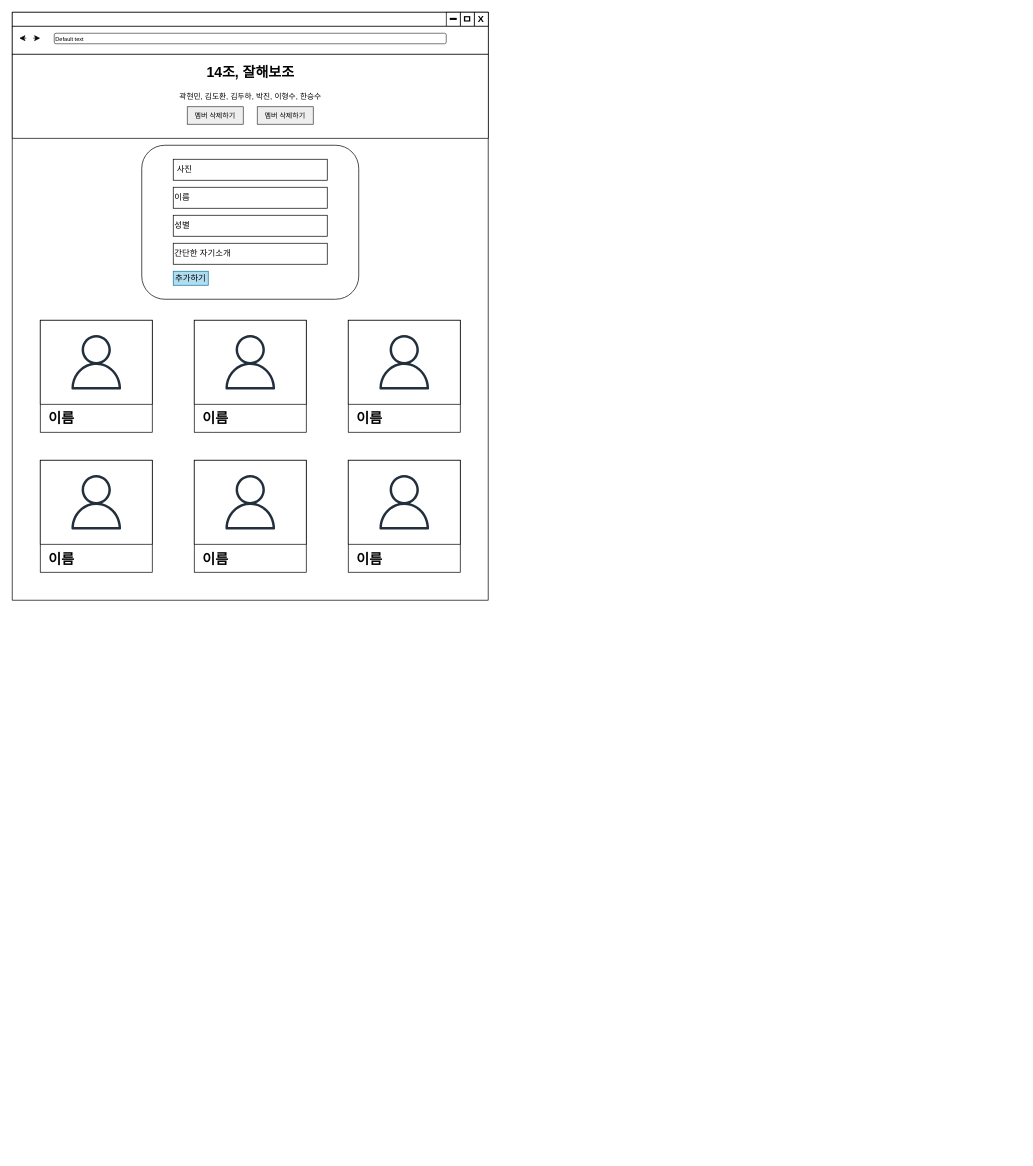
Before: 팀 자기소개 페이지 와이어프레임.drawio in Hyunmin-Kwak-hub/spartagit, a draw.io diagram. Source tidied: cells renumbered, new cells numbered last; positions are measured from the earlier drawing's top-left corner, leaving out a move shared by most shapes. Both pictures are drawn from the tidied source at 70%, with x=0, y=0 at pixel (12, 12). Pictures stored in the file or linked from it are replaced by grey dashed boxes.
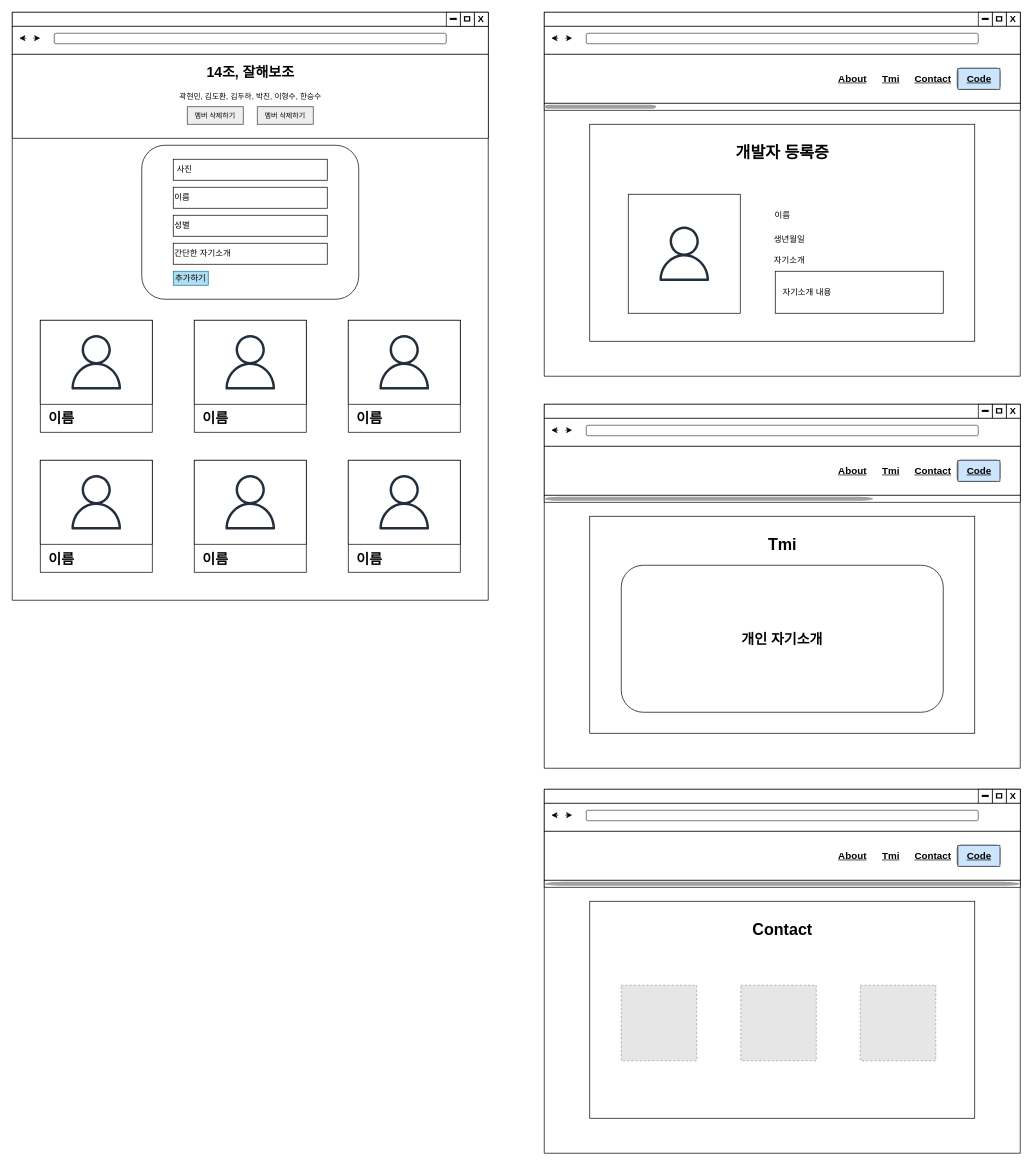
After the change.

Commit message (it also covers changes not shown here):
팀 자기소개 페이지 와이어프레임.drawio 업데이트

Diff of the diagram source:
```diff
@@
-    <mxCell id="2" style="swimlane;startSize=0;" parent="1" vertex="1">
+    <mxCell id="2" style="swimlane;startSize=0;gradientColor=none;swimlaneFillColor=default;" parent="1" vertex="1">
       <mxGeometry width="680" height="840" as="geometry" />
     </mxCell>
@@
+    <mxCell id="8" style="rounded=0;whiteSpace=wrap;html=1;" parent="2" vertex="1">
+      <mxGeometry y="20" width="680" height="40" as="geometry" />
+    </mxCell>
+    <mxCell id="12" style="rounded=0;whiteSpace=wrap;html=1;" parent="2" vertex="1">
+      <mxGeometry y="60" width="680" height="120" as="geometry" />
+    </mxCell>
@@
-    <mxCell id="8" style="rounded=0;whiteSpace=wrap;html=1;" parent="2" vertex="1">
-      <mxGeometry y="20" width="680" height="40" as="geometry" />
-    </mxCell>
-    <mxCell id="9" value="Default text" style="strokeWidth=1;html=1;shadow=0;dashed=0;shape=mxgraph.ios.iTextInput;strokeColor=#444444;buttonText=;fontSize=8;whiteSpace=wrap;align=left;" parent="2" vertex="1">
+    <mxCell id="9" style="strokeWidth=1;html=1;shadow=0;dashed=0;shape=mxgraph.ios.iTextInput;strokeColor=#444444;buttonText=;fontSize=8;whiteSpace=wrap;align=left;" parent="2" vertex="1">
       <mxGeometry x="60" y="30" width="560" height="15" as="geometry" />
     </mxCell>
@@
-    <mxCell id="12" style="rounded=0;whiteSpace=wrap;html=1;" parent="2" vertex="1">
-      <mxGeometry y="60" width="680" height="120" as="geometry" />
-    </mxCell>
@@
+    <mxCell id="47" style="swimlane;startSize=0;swimlaneFillColor=default;" parent="1" vertex="1">
+      <mxGeometry x="760" width="680" height="520" as="geometry" />
+    </mxCell>
+    <mxCell id="48" style="rounded=0;whiteSpace=wrap;html=1;" parent="47" vertex="1">
+      <mxGeometry width="680" height="20" as="geometry" />
+    </mxCell>
+    <mxCell id="49" value="&lt;b&gt;&lt;font style=&quot;font-size: 13px;&quot;&gt;X&lt;/font&gt;&lt;/b&gt;" style="whiteSpace=wrap;html=1;" parent="47" vertex="1">
+      <mxGeometry x="660" width="20" height="20" as="geometry" />
+    </mxCell>
+    <mxCell id="50" value="&lt;b&gt;&lt;font style=&quot;font-size: 15px;&quot;&gt;ㅁ&lt;/font&gt;&lt;/b&gt;" style="whiteSpace=wrap;html=1;strokeWidth=1;" parent="47" vertex="1">
+      <mxGeometry x="640" width="20" height="20" as="geometry" />
+    </mxCell>
+    <mxCell id="51" style="whiteSpace=wrap;html=1;" parent="47" vertex="1">
+      <mxGeometry x="620" width="20" height="20" as="geometry" />
+    </mxCell>
+    <mxCell id="52" style="endArrow=none;html=1;rounded=0;strokeWidth=3;" parent="47" edge="1">
+      <mxGeometry relative="1" as="geometry">
+        <mxPoint x="625" y="9.5" as="sourcePoint" />
+        <mxPoint x="635" y="9.5" as="targetPoint" />
+      </mxGeometry>
+    </mxCell>
+    <mxCell id="53" style="rounded=0;whiteSpace=wrap;html=1;" parent="47" vertex="1">
+      <mxGeometry y="20" width="680" height="40" as="geometry" />
+    </mxCell>
+    <mxCell id="54" style="strokeWidth=1;html=1;shadow=0;dashed=0;shape=mxgraph.ios.iTextInput;strokeColor=#444444;buttonText=;fontSize=8;whiteSpace=wrap;align=left;" parent="47" vertex="1">
+      <mxGeometry x="60" y="30" width="560" height="15" as="geometry" />
+    </mxCell>
+    <mxCell id="55" style="endArrow=classic;html=1;rounded=0;" parent="47" edge="1">
+      <mxGeometry relative="1" as="geometry">
+        <mxPoint x="20" y="37" as="sourcePoint" />
+        <mxPoint x="10" y="37" as="targetPoint" />
+      </mxGeometry>
+    </mxCell>
+    <mxCell id="56" style="endArrow=classic;html=1;rounded=0;" parent="47" edge="1">
+      <mxGeometry relative="1" as="geometry">
+        <mxPoint x="30" y="37" as="sourcePoint" />
+        <mxPoint x="40" y="37" as="targetPoint" />
+      </mxGeometry>
+    </mxCell>
+    <mxCell id="57" style="rounded=0;whiteSpace=wrap;html=1;" parent="47" vertex="1">
+      <mxGeometry y="60" width="680" height="70" as="geometry" />
+    </mxCell>
+    <mxCell id="58" value="About" style="text;html=1;align=center;verticalAlign=middle;strokeColor=none;fillColor=none;fontStyle=5;fontSize=14;" parent="47" vertex="1">
+      <mxGeometry x="410" y="80" width="60" height="30" as="geometry" />
+    </mxCell>
+    <mxCell id="59" value="Tmi" style="text;html=1;align=center;verticalAlign=middle;strokeColor=none;fillColor=none;fontStyle=5;fontSize=14;" parent="47" vertex="1">
+      <mxGeometry x="470" y="80" width="50" height="30" as="geometry" />
+    </mxCell>
+    <mxCell id="60" value="Contact" style="text;html=1;align=center;verticalAlign=middle;strokeColor=none;fillColor=none;fontStyle=5;fontSize=14;" parent="47" vertex="1">
+      <mxGeometry x="520" y="80" width="70" height="30" as="geometry" />
+    </mxCell>
+    <mxCell id="61" style="rounded=1;whiteSpace=wrap;html=1;" parent="47" vertex="1">
+      <mxGeometry x="590" y="80" width="61" height="30" as="geometry" />
+    </mxCell>
+    <mxCell id="62" value="Code" style="text;html=1;align=center;verticalAlign=middle;strokeColor=#36393d;fillColor=#cce5ff;fontStyle=5;fontSize=14;" parent="47" vertex="1">
+      <mxGeometry x="591" y="80" width="60" height="30" as="geometry" />
+    </mxCell>
+    <mxCell id="63" style="rounded=0;whiteSpace=wrap;html=1;" parent="47" vertex="1">
+      <mxGeometry y="130" width="680" height="10" as="geometry" />
+    </mxCell>
+    <mxCell id="64" style="html=1;verticalLabelPosition=bottom;labelBackgroundColor=#ffffff;verticalAlign=top;shadow=0;dashed=0;strokeWidth=2;shape=mxgraph.ios7.misc.scroll_(horizontal);fillColor=#a0a0a0;" parent="47" vertex="1">
+      <mxGeometry y="132" width="160" height="6" as="geometry" />
+    </mxCell>
+    <mxCell id="65" style="rounded=0;whiteSpace=wrap;html=1;" parent="47" vertex="1">
+      <mxGeometry x="65" y="160" width="550" height="310" as="geometry" />
+    </mxCell>
+    <mxCell id="66" value="개발자 등록증" style="text;html=1;align=center;verticalAlign=middle;strokeColor=none;fillColor=none;fontStyle=1;fontSize=23;" parent="47" vertex="1">
+      <mxGeometry x="260" y="180" width="160" height="40" as="geometry" />
+    </mxCell>
+    <mxCell id="67" style="rounded=0;whiteSpace=wrap;html=1;" parent="47" vertex="1">
+      <mxGeometry x="120" y="260" width="160" height="170" as="geometry" />
+    </mxCell>
+    <mxCell id="68" style="sketch=0;fontColor=#232F3E;gradientColor=none;fillColor=#232F3D;strokeColor=none;dashed=0;verticalLabelPosition=bottom;verticalAlign=top;align=center;html=1;fontSize=12;fontStyle=0;shape=mxgraph.aws4.user;" parent="47" vertex="1">
+      <mxGeometry x="161" y="306" width="78" height="78" as="geometry" />
+    </mxCell>
+    <mxCell id="69" value="이름" style="text;html=1;align=center;verticalAlign=middle;strokeColor=none;fillColor=none;" parent="47" vertex="1">
+      <mxGeometry x="315" y="276" width="50" height="30" as="geometry" />
+    </mxCell>
+    <mxCell id="70" value="생년월일" style="text;html=1;align=center;verticalAlign=middle;strokeColor=none;fillColor=none;" parent="47" vertex="1">
+      <mxGeometry x="315" y="310" width="70" height="30" as="geometry" />
+    </mxCell>
+    <mxCell id="71" value="자기소개" style="text;html=1;align=center;verticalAlign=middle;strokeColor=none;fillColor=none;" parent="47" vertex="1">
+      <mxGeometry x="315" y="340" width="70" height="30" as="geometry" />
+    </mxCell>
+    <mxCell id="72" style="rounded=0;whiteSpace=wrap;html=1;" parent="47" vertex="1">
+      <mxGeometry x="330" y="370" width="240" height="60" as="geometry" />
+    </mxCell>
+    <mxCell id="73" value="자기소개 내용" style="text;html=1;align=center;verticalAlign=middle;strokeColor=none;fillColor=none;" parent="47" vertex="1">
+      <mxGeometry x="330" y="385" width="90" height="30" as="geometry" />
+    </mxCell>
+    <mxCell id="74" style="swimlane;startSize=0;swimlaneFillColor=default;" parent="1" vertex="1">
+      <mxGeometry x="760" y="560" width="680" height="520" as="geometry" />
+    </mxCell>
+    <mxCell id="75" style="rounded=0;whiteSpace=wrap;html=1;" parent="74" vertex="1">
+      <mxGeometry width="680" height="20" as="geometry" />
+    </mxCell>
+    <mxCell id="76" value="&lt;b&gt;&lt;font style=&quot;font-size: 13px;&quot;&gt;X&lt;/font&gt;&lt;/b&gt;" style="whiteSpace=wrap;html=1;" parent="74" vertex="1">
+      <mxGeometry x="660" width="20" height="20" as="geometry" />
+    </mxCell>
+    <mxCell id="77" value="&lt;b&gt;&lt;font style=&quot;font-size: 15px;&quot;&gt;ㅁ&lt;/font&gt;&lt;/b&gt;" style="whiteSpace=wrap;html=1;strokeWidth=1;" parent="74" vertex="1">
+      <mxGeometry x="640" width="20" height="20" as="geometry" />
+    </mxCell>
+    <mxCell id="78" style="whiteSpace=wrap;html=1;" parent="74" vertex="1">
+      <mxGeometry x="620" width="20" height="20" as="geometry" />
+    </mxCell>
+    <mxCell id="79" style="endArrow=none;html=1;rounded=0;strokeWidth=3;" parent="74" edge="1">
+      <mxGeometry relative="1" as="geometry">
+        <mxPoint x="625" y="9.5" as="sourcePoint" />
+        <mxPoint x="635" y="9.5" as="targetPoint" />
+      </mxGeometry>
+    </mxCell>
+    <mxCell id="80" style="rounded=0;whiteSpace=wrap;html=1;" parent="74" vertex="1">
+      <mxGeometry y="20" width="680" height="40" as="geometry" />
+    </mxCell>
+    <mxCell id="81" style="strokeWidth=1;html=1;shadow=0;dashed=0;shape=mxgraph.ios.iTextInput;strokeColor=#444444;buttonText=;fontSize=8;whiteSpace=wrap;align=left;" parent="74" vertex="1">
+      <mxGeometry x="60" y="30" width="560" height="15" as="geometry" />
+    </mxCell>
+    <mxCell id="82" style="endArrow=classic;html=1;rounded=0;" parent="74" edge="1">
+      <mxGeometry relative="1" as="geometry">
+        <mxPoint x="20" y="37" as="sourcePoint" />
+        <mxPoint x="10" y="37" as="targetPoint" />
+      </mxGeometry>
+    </mxCell>
+    <mxCell id="83" style="endArrow=classic;html=1;rounded=0;" parent="74" edge="1">
+      <mxGeometry relative="1" as="geometry">
+        <mxPoint x="30" y="37" as="sourcePoint" />
+        <mxPoint x="40" y="37" as="targetPoint" />
+      </mxGeometry>
+    </mxCell>
+    <mxCell id="84" style="rounded=0;whiteSpace=wrap;html=1;" parent="74" vertex="1">
+      <mxGeometry y="60" width="680" height="70" as="geometry" />
+    </mxCell>
+    <mxCell id="85" value="About" style="text;html=1;align=center;verticalAlign=middle;strokeColor=none;fillColor=none;fontStyle=5;fontSize=14;" parent="74" vertex="1">
+      <mxGeometry x="410" y="80" width="60" height="30" as="geometry" />
+    </mxCell>
+    <mxCell id="86" value="Tmi" style="text;html=1;align=center;verticalAlign=middle;strokeColor=none;fillColor=none;fontStyle=5;fontSize=14;" parent="74" vertex="1">
+      <mxGeometry x="470" y="80" width="50" height="30" as="geometry" />
+    </mxCell>
+    <mxCell id="87" value="Contact" style="text;html=1;align=center;verticalAlign=middle;strokeColor=none;fillColor=none;fontStyle=5;fontSize=14;" parent="74" vertex="1">
+      <mxGeometry x="520" y="80" width="70" height="30" as="geometry" />
+    </mxCell>
+    <mxCell id="88" style="rounded=1;whiteSpace=wrap;html=1;" parent="74" vertex="1">
+      <mxGeometry x="590" y="80" width="61" height="30" as="geometry" />
+    </mxCell>
+    <mxCell id="89" value="Code" style="text;html=1;align=center;verticalAlign=middle;strokeColor=#36393d;fillColor=#cce5ff;fontStyle=5;fontSize=14;" parent="74" vertex="1">
+      <mxGeometry x="591" y="80" width="60" height="30" as="geometry" />
+    </mxCell>
+    <mxCell id="90" style="rounded=0;whiteSpace=wrap;html=1;" parent="74" vertex="1">
+      <mxGeometry y="130" width="680" height="10" as="geometry" />
+    </mxCell>
+    <mxCell id="91" style="html=1;verticalLabelPosition=bottom;labelBackgroundColor=#ffffff;verticalAlign=top;shadow=0;dashed=0;strokeWidth=2;shape=mxgraph.ios7.misc.scroll_(horizontal);fillColor=#a0a0a0;" parent="74" vertex="1">
+      <mxGeometry y="132" width="470" height="6" as="geometry" />
+    </mxCell>
+    <mxCell id="92" style="rounded=0;whiteSpace=wrap;html=1;" parent="74" vertex="1">
+      <mxGeometry x="65" y="160" width="550" height="310" as="geometry" />
+    </mxCell>
+    <mxCell id="93" value="Tmi" style="text;html=1;align=center;verticalAlign=middle;strokeColor=none;fillColor=none;fontStyle=1;fontSize=23;" parent="74" vertex="1">
+      <mxGeometry x="310" y="180" width="60" height="40" as="geometry" />
+    </mxCell>
+    <mxCell id="94" value="개인 자기소개" style="rounded=1;whiteSpace=wrap;html=1;fontSize=20;fontStyle=1;" parent="74" vertex="1">
+      <mxGeometry x="110" y="230" width="460" height="210" as="geometry" />
+    </mxCell>
+    <mxCell id="95" style="swimlane;startSize=0;swimlaneFillColor=default;" parent="1" vertex="1">
+      <mxGeometry x="760" y="1110" width="680" height="520" as="geometry" />
+    </mxCell>
+    <mxCell id="96" style="rounded=0;whiteSpace=wrap;html=1;" parent="95" vertex="1">
+      <mxGeometry width="680" height="20" as="geometry" />
+    </mxCell>
+    <mxCell id="97" value="&lt;b&gt;&lt;font style=&quot;font-size: 13px;&quot;&gt;X&lt;/font&gt;&lt;/b&gt;" style="whiteSpace=wrap;html=1;" parent="95" vertex="1">
+      <mxGeometry x="660" width="20" height="20" as="geometry" />
+    </mxCell>
+    <mxCell id="98" value="&lt;b&gt;&lt;font style=&quot;font-size: 15px;&quot;&gt;ㅁ&lt;/font&gt;&lt;/b&gt;" style="whiteSpace=wrap;html=1;strokeWidth=1;" parent="95" vertex="1">
+      <mxGeometry x="640" width="20" height="20" as="geometry" />
+    </mxCell>
+    <mxCell id="99" style="whiteSpace=wrap;html=1;" parent="95" vertex="1">
+      <mxGeometry x="620" width="20" height="20" as="geometry" />
+    </mxCell>
+    <mxCell id="100" style="endArrow=none;html=1;rounded=0;strokeWidth=3;" parent="95" edge="1">
+      <mxGeometry relative="1" as="geometry">
+        <mxPoint x="625" y="9.5" as="sourcePoint" />
+        <mxPoint x="635" y="9.5" as="targetPoint" />
+      </mxGeometry>
+    </mxCell>
+    <mxCell id="101" style="rounded=0;whiteSpace=wrap;html=1;" parent="95" vertex="1">
+      <mxGeometry y="20" width="680" height="40" as="geometry" />
+    </mxCell>
+    <mxCell id="102" style="strokeWidth=1;html=1;shadow=0;dashed=0;shape=mxgraph.ios.iTextInput;strokeColor=#444444;buttonText=;fontSize=8;whiteSpace=wrap;align=left;" parent="95" vertex="1">
+      <mxGeometry x="60" y="30" width="560" height="15" as="geometry" />
+    </mxCell>
+    <mxCell id="103" style="endArrow=classic;html=1;rounded=0;" parent="95" edge="1">
+      <mxGeometry relative="1" as="geometry">
+        <mxPoint x="20" y="37" as="sourcePoint" />
+        <mxPoint x="10" y="37" as="targetPoint" />
+      </mxGeometry>
+    </mxCell>
+    <mxCell id="104" style="endArrow=classic;html=1;rounded=0;" parent="95" edge="1">
+      <mxGeometry relative="1" as="geometry">
+        <mxPoint x="30" y="37" as="sourcePoint" />
+        <mxPoint x="40" y="37" as="targetPoint" />
+      </mxGeometry>
+    </mxCell>
+    <mxCell id="105" style="rounded=0;whiteSpace=wrap;html=1;" parent="95" vertex="1">
+      <mxGeometry y="60" width="680" height="70" as="geometry" />
+    </mxCell>
+    <mxCell id="106" value="About" style="text;html=1;align=center;verticalAlign=middle;strokeColor=none;fillColor=none;fontStyle=5;fontSize=14;" parent="95" vertex="1">
+      <mxGeometry x="410" y="80" width="60" height="30" as="geometry" />
+    </mxCell>
+    <mxCell id="107" value="Tmi" style="text;html=1;align=center;verticalAlign=middle;strokeColor=none;fillColor=none;fontStyle=5;fontSize=14;" parent="95" vertex="1">
+      <mxGeometry x="470" y="80" width="50" height="30" as="geometry" />
+    </mxCell>
+    <mxCell id="108" value="Contact" style="text;html=1;align=center;verticalAlign=middle;strokeColor=none;fillColor=none;fontStyle=5;fontSize=14;" parent="95" vertex="1">
+      <mxGeometry x="520" y="80" width="70" height="30" as="geometry" />
+    </mxCell>
+    <mxCell id="109" style="rounded=1;whiteSpace=wrap;html=1;" parent="95" vertex="1">
+      <mxGeometry x="590" y="80" width="61" height="30" as="geometry" />
+    </mxCell>
+    <mxCell id="110" value="Code" style="text;html=1;align=center;verticalAlign=middle;strokeColor=#36393d;fillColor=#cce5ff;fontStyle=5;fontSize=14;" parent="95" vertex="1">
+      <mxGeometry x="591" y="80" width="60" height="30" as="geometry" />
+    </mxCell>
+    <mxCell id="111" style="rounded=0;whiteSpace=wrap;html=1;" parent="95" vertex="1">
+      <mxGeometry y="130" width="680" height="10" as="geometry" />
+    </mxCell>
+    <mxCell id="112" style="html=1;verticalLabelPosition=bottom;labelBackgroundColor=#ffffff;verticalAlign=top;shadow=0;dashed=0;strokeWidth=2;shape=mxgraph.ios7.misc.scroll_(horizontal);fillColor=#a0a0a0;" parent="95" vertex="1">
+      <mxGeometry y="132" width="680" height="6" as="geometry" />
+    </mxCell>
+    <mxCell id="113" style="rounded=0;whiteSpace=wrap;html=1;" parent="95" vertex="1">
+      <mxGeometry x="65" y="160" width="550" height="310" as="geometry" />
+    </mxCell>
+    <mxCell id="114" value="Contact" style="text;html=1;align=center;verticalAlign=middle;strokeColor=none;fillColor=none;fontStyle=1;fontSize=23;" parent="95" vertex="1">
+      <mxGeometry x="290" y="180" width="100" height="40" as="geometry" />
+    </mxCell>
+    <mxCell id="115" style="group;" parent="95" vertex="1">
+      <mxGeometry x="110" y="280" width="490" height="110" as="geometry" />
+    </mxCell>
+    <mxCell id="116" style="fillColor=#E6E6E6;strokeColor=#999999;dashed=1;verticalLabelPosition=bottom;labelBackgroundColor=default;verticalAlign=top;" parent="115" vertex="1">
+      <mxGeometry width="107.8" height="107.8" as="geometry" />
+    </mxCell>
+    <mxCell id="117" style="fillColor=#E6E6E6;strokeColor=#999999;dashed=1;verticalLabelPosition=bottom;labelBackgroundColor=default;verticalAlign=top;" parent="115" vertex="1">
+      <mxGeometry x="170.8" width="107.8" height="107.8" as="geometry" />
+    </mxCell>
+    <mxCell id="118" style="fillColor=#E6E6E6;strokeColor=#999999;dashed=1;verticalLabelPosition=bottom;labelBackgroundColor=default;verticalAlign=top;" parent="115" vertex="1">
+      <mxGeometry x="341.5" width="107.8" height="107.8" as="geometry" />
+    </mxCell>
```
